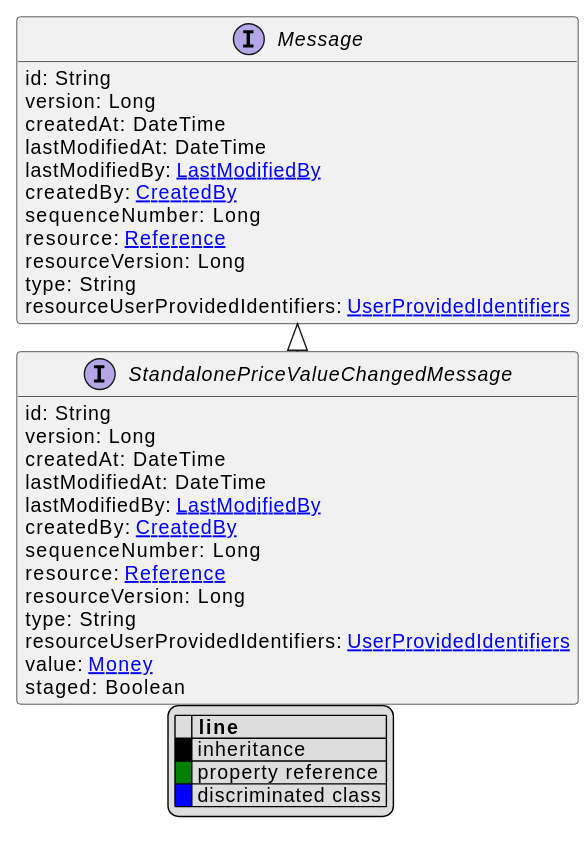
Before: uml/api/svg/StandalonePriceValueChangedMessage.svg, a diagram exported from PlantUML (commercetools/commercetools-api-reference).
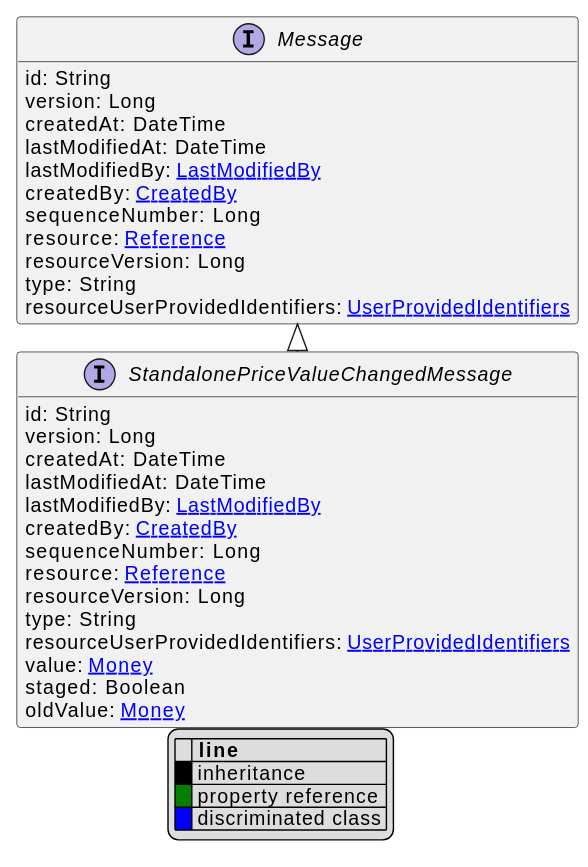
Later version of the same file.

Diff of the diagram source:
```diff
@@ -22,6 +22,7 @@
     resourceUserProvidedIdentifiers: [[UserProvidedIdentifiers.svg UserProvidedIdentifiers]]
     value: [[Money.svg Money]]
     staged: Boolean
+    oldValue: [[Money.svg Money]]
 }
 interface Message [[Message.svg]]  {
     id: String
```
